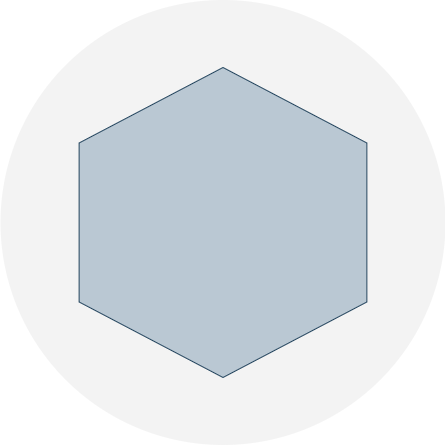
guxdong/imgrepo keeps this draw.io diagram as pic/六边形架构.drawio.png. Above is the earlier version. Source tidied: cells renumbered, new cells last; positions are measured from the earlier drawing's top-left corner, leaving out a move shared by most shapes.
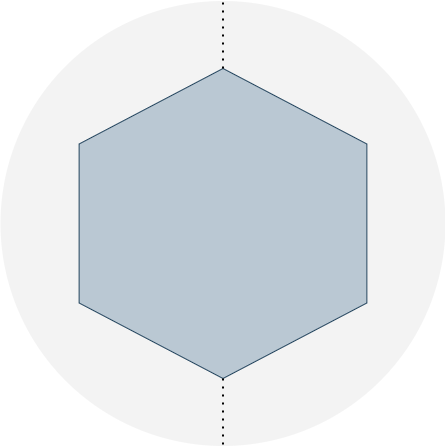
The same file after the commit.

Commit message:
更新六边形架构.drawio.png

Diff of the diagram source:
```diff
@@ -8,5 +8,11 @@
     <mxCell id="3" style="shape=hexagon;perimeter=hexagonPerimeter2;whiteSpace=wrap;html=1;fixedSize=1;size=75.5;rotation=90;fillColor=#bac8d3;strokeColor=#23445d;" parent="1" vertex="1">
       <mxGeometry x="67.5" y="79.1" width="310" height="287.8" as="geometry" />
     </mxCell>
+    <mxCell id="4" style="endArrow=none;dashed=1;html=1;dashPattern=1 3;strokeWidth=2;rounded=0;entryX=0.5;entryY=0;entryDx=0;entryDy=0;exitX=0;exitY=0.5;exitDx=0;exitDy=0;" parent="1" edge="1" source="3" target="2">
+      <mxGeometry relative="1" as="geometry" />
+    </mxCell>
+    <mxCell id="5" style="endArrow=none;dashed=1;html=1;dashPattern=1 3;strokeWidth=2;rounded=0;exitX=1;exitY=0.5;exitDx=0;exitDy=0;entryX=0.5;entryY=1;entryDx=0;entryDy=0;" parent="1" edge="1" source="3" target="2">
+      <mxGeometry relative="1" as="geometry" />
+    </mxCell>
   </root>
 </mxGraphModel>
```
